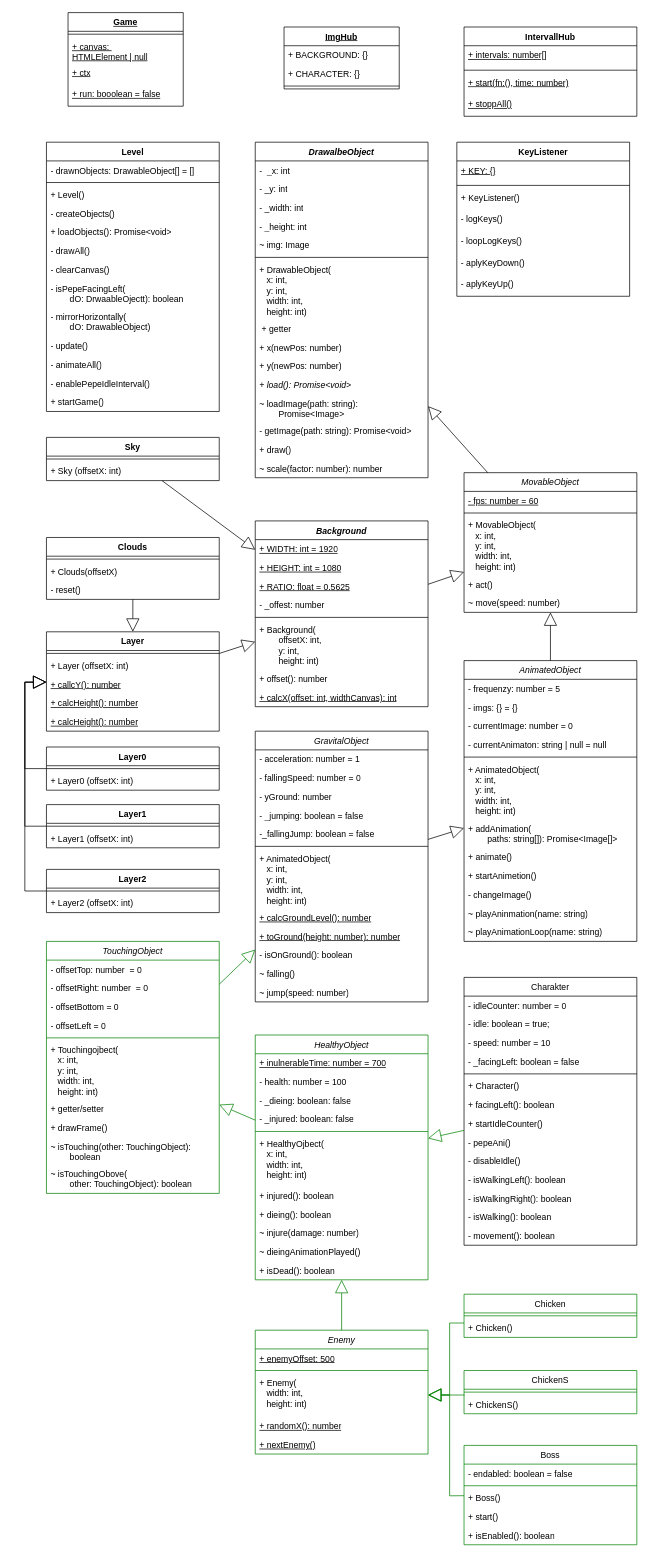
elma1989/el-pollo-loco keeps this draw.io diagram as docs/classes.drawio. Above is the earlier version. Source tidied: cells renumbered, new cells numbered last; positions are measured from the earlier drawing's top-left corner, leaving out a move shared by most shapes. Both pictures are drawn from the tidied source at 72%, with x=0, y=0 at pixel (24, 12).
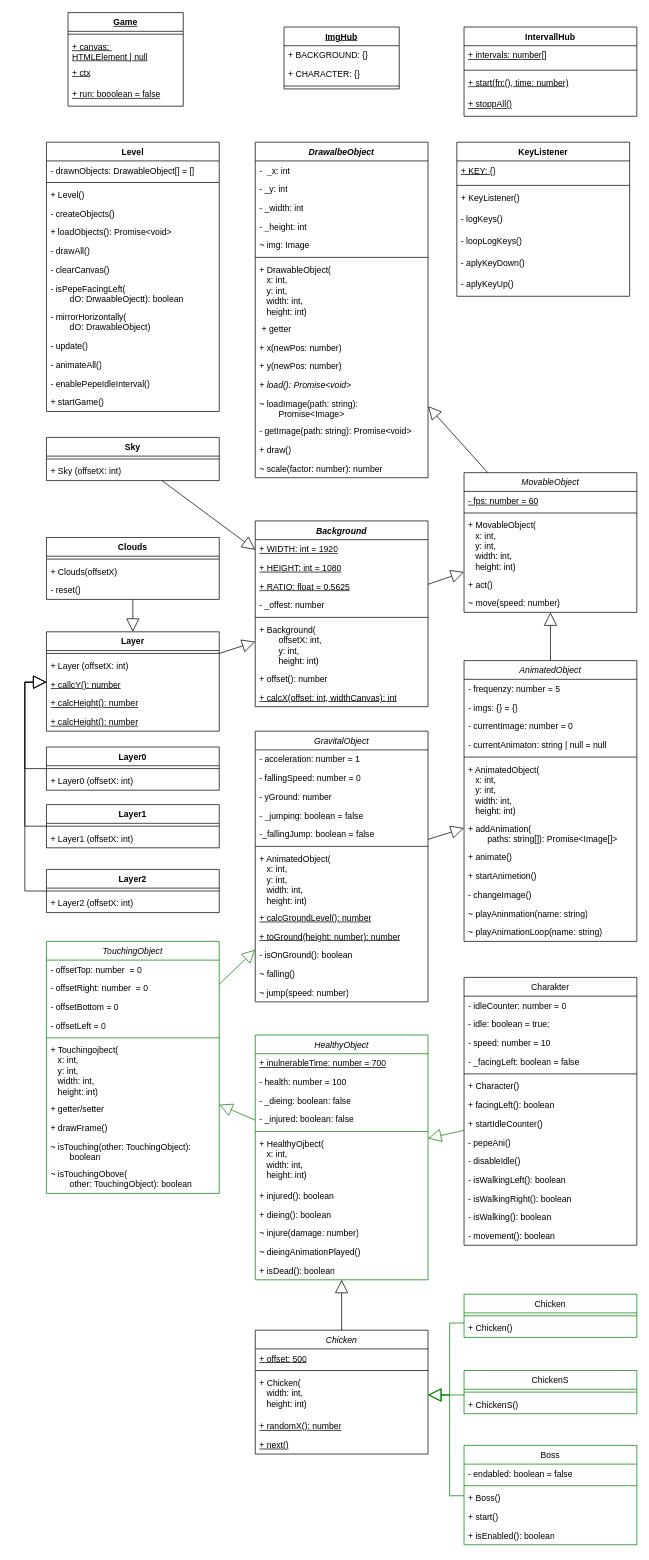
The same page after the edit.

Unchanged cells that the change refers to:
```xml
<mxCell id="156" value="HealthyObject" style="swimlane;align=center;verticalAlign=top;horizontal=1;startSize=26;whiteSpace=wrap;html=1;strokeColor=light-dark(#008000,#80FF80);fontStyle=2;fontColor=default;" parent="1" vertex="1">
  <mxGeometry x="320" y="1420" width="240" height="340" as="geometry" />
</mxCell>
```

Change to the diagram source:
```diff
@@
-    <mxCell id="169" value="Enemy" style="swimlane;align=center;verticalAlign=top;horizontal=1;startSize=26;whiteSpace=wrap;html=1;strokeColor=light-dark(#008000,#80FF80);fontStyle=2;fontColor=default;" parent="1" vertex="1">
+    <mxCell id="169" value="Chicken" style="swimlane;align=center;verticalAlign=top;horizontal=1;startSize=26;whiteSpace=wrap;html=1;strokeColor=default;fontStyle=2;fontColor=default;" parent="1" vertex="1">
       <mxGeometry x="320" y="1830" width="240" height="172" as="geometry" />
     </mxCell>
-    <mxCell id="170" value="+ enemyOffset: 500" style="text;strokeColor=none;fillColor=none;align=left;verticalAlign=top;spacingLeft=4;spacingRight=4;overflow=hidden;whiteSpace=wrap;html=1;fontStyle=4;" parent="169" vertex="1">
+    <mxCell id="170" value="+ offset: 500" style="text;strokeColor=none;fillColor=none;align=left;verticalAlign=top;spacingLeft=4;spacingRight=4;overflow=hidden;whiteSpace=wrap;html=1;fontStyle=4;" parent="169" vertex="1">
       <mxGeometry y="26" width="240" height="26" as="geometry" />
     </mxCell>
@@
-    <mxCell id="172" value="+ Enemy(&lt;div&gt;&amp;nbsp; &amp;nbsp;&lt;span style=&quot;background-color: transparent; color: light-dark(rgb(0, 0, 0), rgb(255, 255, 255));&quot;&gt;width: int,&lt;/span&gt;&lt;/div&gt;&lt;div&gt;&amp;nbsp; &amp;nbsp;height: int)&lt;/div&gt;" style="text;strokeColor=none;fillColor=none;align=left;verticalAlign=top;spacingLeft=4;spacingRight=4;overflow=hidden;whiteSpace=wrap;html=1;" parent="169" vertex="1">
+    <mxCell id="172" value="+ Chicken(&lt;div&gt;&amp;nbsp; &amp;nbsp;&lt;span style=&quot;background-color: transparent; color: light-dark(rgb(0, 0, 0), rgb(255, 255, 255));&quot;&gt;width: int,&lt;/span&gt;&lt;/div&gt;&lt;div&gt;&amp;nbsp; &amp;nbsp;height: int)&lt;/div&gt;" style="text;strokeColor=none;fillColor=none;align=left;verticalAlign=top;spacingLeft=4;spacingRight=4;overflow=hidden;whiteSpace=wrap;html=1;" parent="169" vertex="1">
       <mxGeometry y="60" width="240" height="60" as="geometry" />
     </mxCell>
@@
-    <mxCell id="174" value="+ nextEnemy()" style="text;strokeColor=none;fillColor=none;align=left;verticalAlign=top;spacingLeft=4;spacingRight=4;overflow=hidden;whiteSpace=wrap;html=1;fontStyle=4;" parent="169" vertex="1">
+    <mxCell id="174" value="+ next()" style="text;strokeColor=none;fillColor=none;align=left;verticalAlign=top;spacingLeft=4;spacingRight=4;overflow=hidden;whiteSpace=wrap;html=1;fontStyle=4;" parent="169" vertex="1">
       <mxGeometry y="146" width="240" height="26" as="geometry" />
     </mxCell>
-    <mxCell id="175" style="endArrow=block;endSize=16;endFill=0;html=1;rounded=0;strokeColor=light-dark(#008000,#80FF80);" parent="1" edge="1" source="169" target="156">
+    <mxCell id="175" style="endArrow=block;endSize=16;endFill=0;html=1;rounded=0;strokeColor=default;" parent="1" edge="1" source="169" target="156">
       <mxGeometry relative="1" as="geometry" />
     </mxCell>
```
